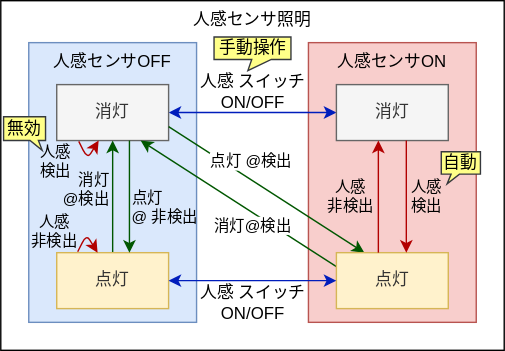
The draw.io diagram diagram.drawio.svg in kerikun11/esp32-matter-light, before a commit. Source tidied: cells renumbered, new cells last; positions are measured from the earlier drawing's top-left corner, leaving out a move shared by most shapes.
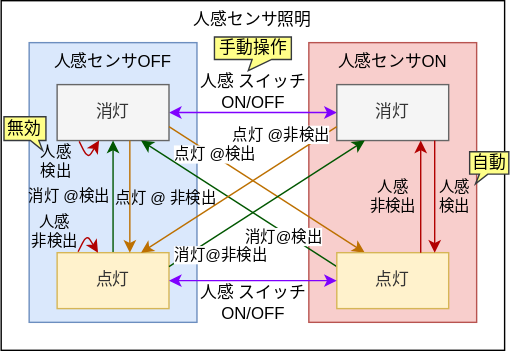
Above is the later version.

Change to the diagram source:
```diff
@@ -11,7 +11,7 @@
     <mxCell id="4" value="人感センサON" style="rounded=0;whiteSpace=wrap;html=1;verticalAlign=top;fillColor=#f8cecc;strokeColor=#b85450;spacing=2;" parent="1" vertex="1">
       <mxGeometry x="220" y="30" width="120" height="200" as="geometry" />
     </mxCell>
-    <mxCell id="5" style="edgeStyle=none;html=1;exitX=1;exitY=0.5;exitDx=0;exitDy=0;entryX=0;entryY=0.5;entryDx=0;entryDy=0;fillColor=#0050ef;strokeColor=#001DBC;startArrow=classic;startFill=1;" parent="1" edge="1" source="7" target="13">
+    <mxCell id="5" style="edgeStyle=none;html=1;exitX=1;exitY=0.5;exitDx=0;exitDy=0;entryX=0;entryY=0.5;entryDx=0;entryDy=0;fillColor=#0050ef;strokeColor=#7F00FF;startArrow=classic;startFill=1;" parent="1" edge="1" source="7" target="13">
       <mxGeometry relative="1" as="geometry" />
     </mxCell>
     <mxCell id="6" value="&lt;span style=&quot;color: rgb(0, 0, 0); font-size: 12px;&quot;&gt;人感&lt;/span&gt;&lt;span style=&quot;font-size: 12px;&quot;&gt;スイッチ&lt;/span&gt;&lt;div style=&quot;font-size: 12px;&quot;&gt;&lt;span style=&quot;&quot;&gt;ON/OFF&lt;/span&gt;&lt;/div&gt;" style="edgeLabel;html=1;align=center;verticalAlign=middle;labelBackgroundColor=none;" parent="5" vertex="1">
@@ -28,20 +28,20 @@
         <mxPoint x="80" y="100" as="targetPoint" />
       </mxGeometry>
     </mxCell>
-    <mxCell id="9" value="消灯&lt;div&gt;@検出&lt;/div&gt;" style="edgeLabel;html=1;align=right;verticalAlign=middle;horizontal=1;textShadow=0;labelBackgroundColor=none;" parent="8" vertex="1">
+    <mxCell id="9" value="消灯&lt;span style=&quot;background-color: transparent;&quot;&gt;@検出&lt;/span&gt;" style="edgeLabel;html=1;align=right;verticalAlign=middle;horizontal=1;textShadow=0;labelBackgroundColor=none;" parent="8" vertex="1">
       <mxGeometry x="-0.04" y="-1" relative="1" as="geometry">
-        <mxPoint x="-3" y="-7" as="offset" />
+        <mxPoint x="-3" y="-2" as="offset" />
       </mxGeometry>
     </mxCell>
     <mxCell id="10" value="&lt;span style=&quot;color: rgb(51, 51, 51);&quot;&gt;点灯&lt;/span&gt;" style="rounded=0;whiteSpace=wrap;html=1;fillColor=#fff2cc;strokeColor=#d6b656;" parent="1" vertex="1">
       <mxGeometry x="40" y="180.2" width="80" height="40" as="geometry" />
     </mxCell>
-    <mxCell id="11" style="edgeStyle=none;html=1;exitX=1;exitY=0.75;exitDx=0;exitDy=0;entryX=0.25;entryY=0;entryDx=0;entryDy=0;fillColor=#008a00;strokeColor=#005700;" parent="1" edge="1" source="7" target="16">
+    <mxCell id="11" style="edgeStyle=none;html=1;exitX=1;exitY=0.75;exitDx=0;exitDy=0;entryX=0.25;entryY=0;entryDx=0;entryDy=0;fillColor=#f0a30a;strokeColor=#BD7000;" parent="1" edge="1" source="7" target="16">
       <mxGeometry relative="1" as="geometry" />
     </mxCell>
     <mxCell id="12" value="点灯&lt;span style=&quot;background-color: light-dark(#ffffff, var(--ge-dark-color, #121212));&quot;&gt;@検出&lt;/span&gt;" style="edgeLabel;html=1;align=center;verticalAlign=middle;labelBackgroundColor=default;" parent="11" vertex="1">
       <mxGeometry x="-0.12" y="-5" relative="1" as="geometry">
-        <mxPoint y="-19" as="offset" />
+        <mxPoint x="-26" y="-24" as="offset" />
       </mxGeometry>
     </mxCell>
     <mxCell id="13" value="消灯" style="rounded=0;whiteSpace=wrap;html=1;fillColor=#f5f5f5;fontColor=#333333;strokeColor=#666666;" parent="1" vertex="1">
@@ -52,7 +52,7 @@
     </mxCell>
     <mxCell id="15" value="消灯@検出" style="edgeLabel;html=1;align=center;verticalAlign=middle;horizontal=1;textShadow=0;labelBackgroundColor=default;" parent="14" vertex="1">
       <mxGeometry x="-0.04" y="-1" relative="1" as="geometry">
-        <mxPoint x="6" y="15" as="offset" />
+        <mxPoint x="28" y="23" as="offset" />
       </mxGeometry>
     </mxCell>
     <mxCell id="16" value="&lt;span style=&quot;color: rgb(51, 51, 51);&quot;&gt;点灯&lt;/span&gt;" style="rounded=0;whiteSpace=wrap;html=1;fillColor=#fff2cc;strokeColor=#d6b656;" parent="1" vertex="1">
@@ -60,8 +60,8 @@
     </mxCell>
     <mxCell id="17" style="edgeStyle=none;html=1;exitX=0.5;exitY=1;exitDx=0;exitDy=0;fillColor=#e51400;strokeColor=#B20000;entryX=0.5;entryY=0;entryDx=0;entryDy=0;" parent="1" edge="1">
       <mxGeometry relative="1" as="geometry">
-        <mxPoint x="290" y="100" as="sourcePoint" />
-        <mxPoint x="290" y="180.2" as="targetPoint" />
+        <mxPoint x="310" y="100" as="sourcePoint" />
+        <mxPoint x="310" y="180.2" as="targetPoint" />
       </mxGeometry>
     </mxCell>
     <mxCell id="18" value="人感&lt;div&gt;検出&lt;/div&gt;" style="edgeLabel;html=1;align=center;verticalAlign=middle;labelBackgroundColor=none;" parent="17" vertex="1">
@@ -71,8 +71,8 @@
     </mxCell>
     <mxCell id="19" style="edgeStyle=none;html=1;entryX=0.75;entryY=1;entryDx=0;entryDy=0;exitX=0.75;exitY=0;exitDx=0;exitDy=0;fillColor=#e51400;strokeColor=#B20000;" parent="1" edge="1">
       <mxGeometry relative="1" as="geometry">
-        <mxPoint x="270" y="180.2" as="sourcePoint" />
-        <mxPoint x="270" y="100" as="targetPoint" />
+        <mxPoint x="300" y="180.2" as="sourcePoint" />
+        <mxPoint x="300" y="100" as="targetPoint" />
       </mxGeometry>
     </mxCell>
     <mxCell id="20" value="&lt;span style=&quot;color: rgb(0, 0, 0);&quot;&gt;人感&lt;/span&gt;&lt;div&gt;&lt;span style=&quot;background-color: transparent;&quot;&gt;非検出&lt;/span&gt;&lt;/div&gt;" style="edgeLabel;html=1;align=center;verticalAlign=middle;horizontal=1;textShadow=0;labelBackgroundColor=none;" parent="19" vertex="1">
@@ -114,7 +114,7 @@
     <mxCell id="26" value="手動操作" style="shape=callout;whiteSpace=wrap;html=1;perimeter=calloutPerimeter;position2=0.44;base=14;size=8;position=0.49;fillColor=#ffff88;strokeColor=#36393d;" parent="1" vertex="1">
       <mxGeometry x="152.5" y="26" width="55" height="24" as="geometry" />
     </mxCell>
-    <mxCell id="27" style="edgeStyle=none;html=1;exitX=1;exitY=0.5;exitDx=0;exitDy=0;entryX=0;entryY=0.5;entryDx=0;entryDy=0;fillColor=#0050ef;strokeColor=#001DBC;startArrow=classic;startFill=1;" parent="1" edge="1" source="10" target="16">
+    <mxCell id="27" style="edgeStyle=none;html=1;exitX=1;exitY=0.5;exitDx=0;exitDy=0;entryX=0;entryY=0.5;entryDx=0;entryDy=0;fillColor=#0050ef;strokeColor=#7F00FF;startArrow=classic;startFill=1;" parent="1" edge="1" source="10" target="16">
       <mxGeometry relative="1" as="geometry" />
     </mxCell>
     <mxCell id="28" value="&lt;span style=&quot;color: rgb(0, 0, 0); font-size: 12px;&quot;&gt;人感&lt;/span&gt;&lt;span style=&quot;font-size: 12px;&quot;&gt;スイッチ&lt;/span&gt;&lt;div style=&quot;font-size: 12px;&quot;&gt;&lt;span style=&quot;&quot;&gt;ON/OFF&lt;/span&gt;&lt;/div&gt;" style="edgeLabel;html=1;align=center;verticalAlign=middle;labelBackgroundColor=none;" parent="27" vertex="1">
@@ -122,19 +122,35 @@
         <mxPoint x="-22" y="17" as="offset" />
       </mxGeometry>
     </mxCell>
-    <mxCell id="29" value="自動" style="shape=callout;whiteSpace=wrap;html=1;perimeter=calloutPerimeter;position2=0.15;base=6;size=7;position=0.25;fillColor=#ffff88;strokeColor=#36393d;" parent="1" vertex="1">
-      <mxGeometry x="315" y="108" width="28" height="23" as="geometry" />
+    <mxCell id="29" value="自動" style="shape=callout;html=1;perimeter=calloutPerimeter;position2=0.15;base=6;size=7;position=0.25;fillColor=#ffff88;strokeColor=#36393d;" parent="1" vertex="1">
+      <mxGeometry x="335" y="108" width="28" height="23" as="geometry" />
     </mxCell>
-    <mxCell id="30" style="edgeStyle=none;html=1;exitX=0.75;exitY=1;exitDx=0;exitDy=0;entryX=0.75;entryY=0;entryDx=0;entryDy=0;fillColor=#008a00;strokeColor=#005700;align=left;" parent="1" edge="1">
+    <mxCell id="30" style="edgeStyle=none;html=1;exitX=0.75;exitY=1;exitDx=0;exitDy=0;entryX=0.75;entryY=0;entryDx=0;entryDy=0;fillColor=#f0a30a;strokeColor=#BD7000;align=left;" parent="1" edge="1">
       <mxGeometry relative="1" as="geometry">
         <mxPoint x="92" y="100" as="sourcePoint" />
         <mxPoint x="92" y="180.2" as="targetPoint" />
       </mxGeometry>
     </mxCell>
-    <mxCell id="31" value="点灯&lt;div&gt;@&lt;span style=&quot;background-color: transparent;&quot;&gt;非検出&lt;/span&gt;&lt;/div&gt;" style="edgeLabel;html=1;align=left;verticalAlign=middle;labelBackgroundColor=none;" parent="30" vertex="1">
+    <mxCell id="31" value="点灯&lt;span style=&quot;background-color: transparent;&quot;&gt;@&lt;/span&gt;&lt;span style=&quot;background-color: transparent;&quot;&gt;非検出&lt;/span&gt;" style="edgeLabel;html=1;align=left;verticalAlign=middle;labelBackgroundColor=none;" parent="30" vertex="1">
       <mxGeometry x="-0.12" y="-5" relative="1" as="geometry">
-        <mxPoint x="5" y="12" as="offset" />
+        <mxPoint x="-7" y="5" as="offset" />
       </mxGeometry>
     </mxCell>
+    <mxCell id="32" style="edgeStyle=none;html=1;exitX=0;exitY=0.75;exitDx=0;exitDy=0;entryX=0.75;entryY=0;entryDx=0;entryDy=0;fillColor=#f0a30a;strokeColor=#BD7000;" parent="1" edge="1" source="13" target="10">
+      <mxGeometry relative="1" as="geometry" />
+    </mxCell>
+    <mxCell id="33" value="点灯&lt;span style=&quot;background-color: light-dark(#ffffff, var(--ge-dark-color, #121212));&quot;&gt;@非検出&lt;/span&gt;" style="edgeLabel;html=1;align=center;verticalAlign=middle;labelBackgroundColor=default;" parent="32" vertex="1">
+      <mxGeometry x="-0.12" y="-5" relative="1" as="geometry">
+        <mxPoint x="24" y="-30" as="offset" />
+      </mxGeometry>
+    </mxCell>
+    <mxCell id="34" style="edgeStyle=none;html=1;entryX=0.25;entryY=1;entryDx=0;entryDy=0;exitX=1;exitY=0.25;exitDx=0;exitDy=0;fillColor=#008a00;strokeColor=#005700;" parent="1" edge="1" source="10" target="13">
+      <mxGeometry relative="1" as="geometry" />
+    </mxCell>
+    <mxCell id="35" value="消灯@非検出" style="edgeLabel;html=1;align=center;verticalAlign=middle;horizontal=1;textShadow=0;labelBackgroundColor=default;" parent="34" vertex="1">
+      <mxGeometry x="-0.04" y="-1" relative="1" as="geometry">
+        <mxPoint x="-31" y="34" as="offset" />
+      </mxGeometry>
+    </mxCell>
   </root>
 </mxGraphModel>
```
